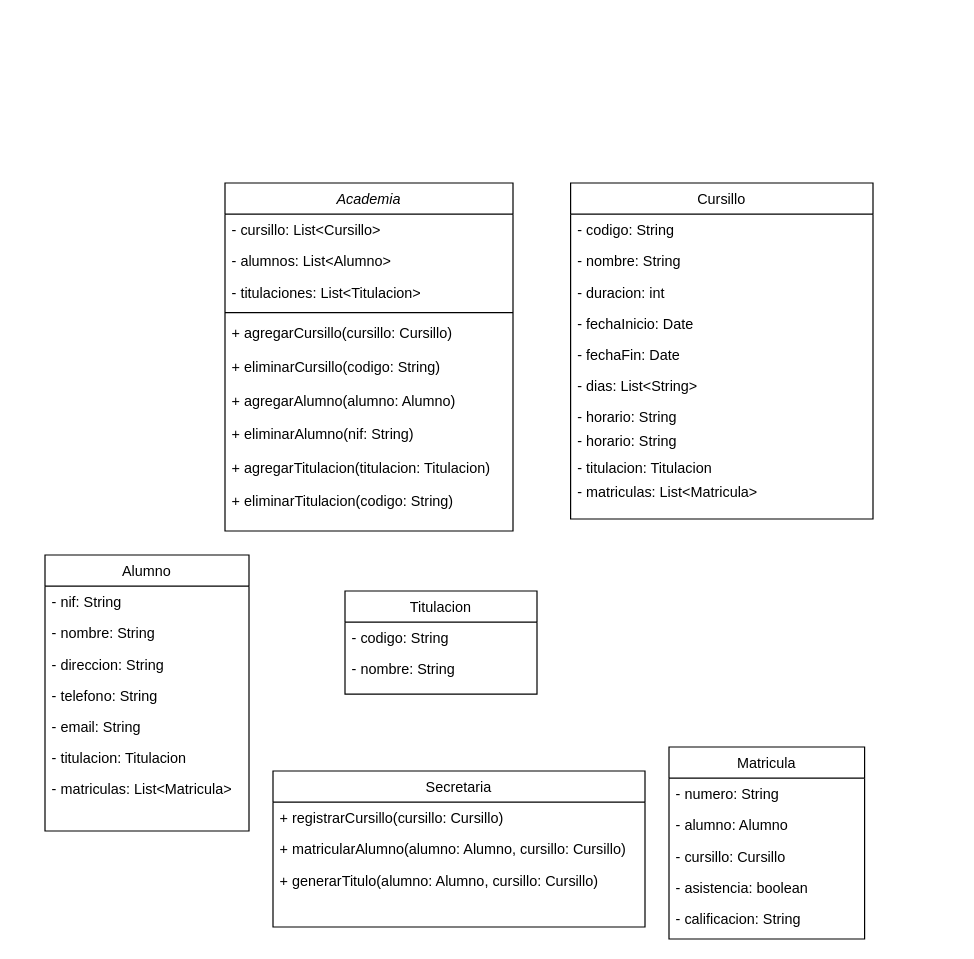
Earlier version of the draw.io diagram Untitled Diagram.drawio (vitoriadelanachaves/uml_class_diagram). Source tidied: cells renumbered, new cells numbered last; positions are measured from the earlier drawing's top-left corner, leaving out a move shared by most shapes. Both pictures are drawn from the tidied source at 120%, with x=0, y=0 at pixel (44, 182).
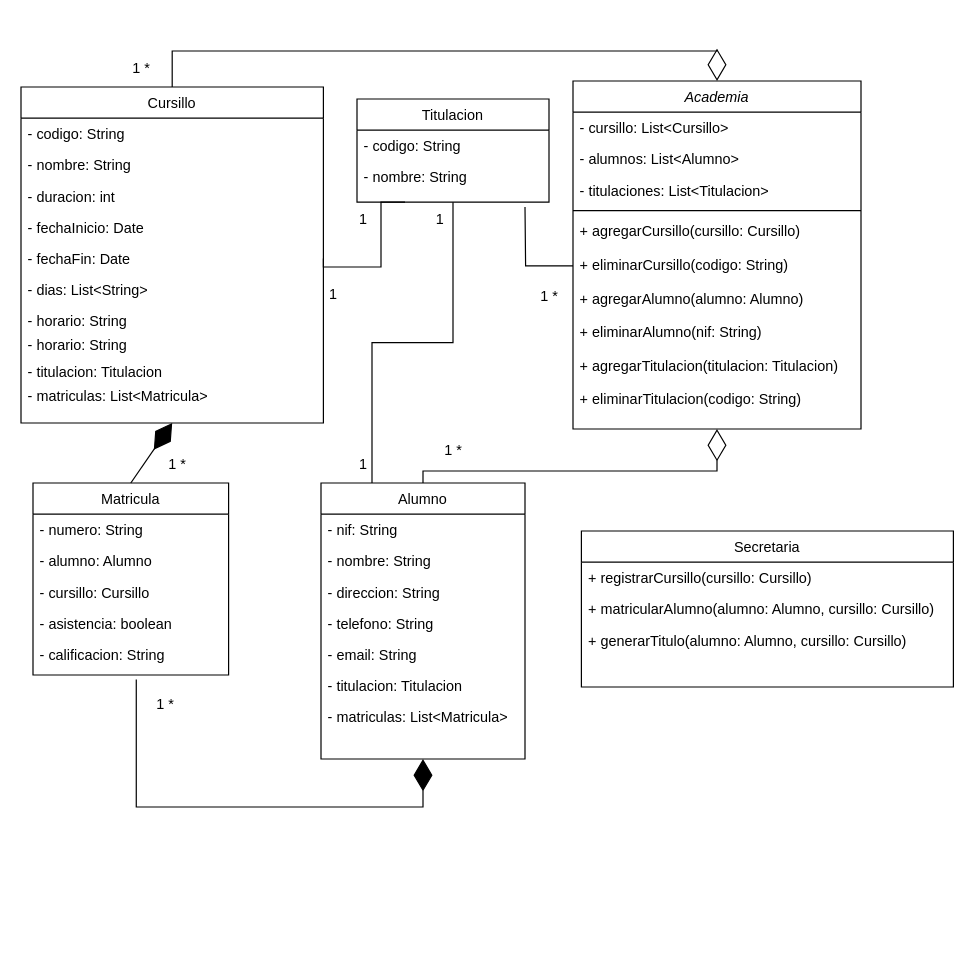
The same page after the edit.

Unchanged cells that the change refers to:
```xml
<mxCell id="8" value="+ eliminarCursillo(codigo: String)" style="text;align=left;verticalAlign=top;spacingLeft=4;spacingRight=4;overflow=hidden;points=[[0,0.5],[1,0.5]];portConstraint=eastwest;" parent="2" vertex="1">
  <mxGeometry y="140" width="240" height="28" as="geometry" />
</mxCell>
<mxCell id="29" value="- fechaFin: Date" style="text;align=left;verticalAlign=top;spacingLeft=4;spacingRight=4;overflow=hidden;points=[[0,0.5],[1,0.5]];portConstraint=eastwest;rounded=0;shadow=0;html=0;" parent="24" vertex="1">
  <mxGeometry y="130" width="252" height="26" as="geometry" />
</mxCell>
<mxCell id="40" value="- calificacion: String" style="text;align=left;verticalAlign=top;spacingLeft=4;spacingRight=4;overflow=hidden;points=[[0,0.5],[1,0.5]];portConstraint=eastwest;rounded=0;shadow=0;html=0;" parent="35" vertex="1">
  <mxGeometry y="130" width="163" height="26" as="geometry" />
</mxCell>
```

Diff of the diagram source:
```diff
@@
     <mxCell id="2" value="Academia" style="swimlane;fontStyle=2;align=center;verticalAlign=top;horizontal=1;startSize=26;rounded=0;shadow=0;strokeWidth=1;" parent="1" vertex="1">
-      <mxGeometry x="150" width="240" height="290" as="geometry" />
+      <mxGeometry x="440" y="-85" width="240" height="290" as="geometry" />
     </mxCell>
@@
+    <mxCell id="45" style="edgeStyle=orthogonalEdgeStyle;rounded=0;jettySize=auto;html=1;exitX=0.25;exitY=0;exitDx=0;exitDy=0;entryX=0.5;entryY=1;entryDx=0;entryDy=0;endArrow=none;endFill=0;" parent="1" edge="1" source="13" target="21">
+      <mxGeometry relative="1" as="geometry" />
+    </mxCell>
     <mxCell id="13" value="Alumno" style="swimlane;fontStyle=0;align=center;verticalAlign=top;horizontal=1;startSize=26;rounded=0;shadow=0;strokeWidth=1;" parent="1" vertex="1">
-      <mxGeometry y="310" width="170" height="230" as="geometry" />
+      <mxGeometry x="230" y="250" width="170" height="230" as="geometry" />
     </mxCell>
@@
     <mxCell id="21" value="Titulacion" style="swimlane;fontStyle=0;align=center;verticalAlign=top;horizontal=1;startSize=26;rounded=0;shadow=0;strokeWidth=1;" parent="1" vertex="1">
-      <mxGeometry x="250" y="340" width="160" height="86" as="geometry" />
+      <mxGeometry x="260" y="-70" width="160" height="86" as="geometry" />
     </mxCell>
@@
     <mxCell id="24" value="Cursillo" style="swimlane;fontStyle=0;align=center;verticalAlign=top;horizontal=1;startSize=26;rounded=0;shadow=0;strokeWidth=1;" parent="1" vertex="1">
-      <mxGeometry x="438" width="252" height="280" as="geometry" />
+      <mxGeometry x="-20" y="-80" width="252" height="280" as="geometry" />
     </mxCell>
@@
     <mxCell id="35" value="Matricula" style="swimlane;fontStyle=0;align=center;verticalAlign=top;horizontal=1;startSize=26;rounded=0;shadow=0;strokeWidth=1;" parent="1" vertex="1">
-      <mxGeometry x="520" y="470" width="163" height="160" as="geometry" />
+      <mxGeometry x="-10" y="250" width="163" height="160" as="geometry" />
     </mxCell>
@@
     <mxCell id="41" value="Secretaria" style="swimlane;fontStyle=0;align=center;verticalAlign=top;horizontal=1;startSize=26;rounded=0;shadow=0;strokeWidth=1;" parent="1" vertex="1">
-      <mxGeometry x="190" y="490" width="310" height="130" as="geometry" />
+      <mxGeometry x="447" y="290" width="310" height="130" as="geometry" />
     </mxCell>
@@
+    <mxCell id="46" style="endArrow=diamondThin;endFill=0;endSize=24;html=1;rounded=0;exitX=0.5;exitY=0;exitDx=0;exitDy=0;entryX=0.5;entryY=0;entryDx=0;entryDy=0;edgeStyle=orthogonalEdgeStyle;" parent="1" edge="1" source="24" target="2">
+      <mxGeometry relative="1" as="geometry">
+        <Array as="points">
+          <mxPoint x="106" y="-110" />
+          <mxPoint x="560" y="-110" />
+        </Array>
+      </mxGeometry>
+    </mxCell>
+    <mxCell id="47" style="endArrow=diamondThin;endFill=0;endSize=24;html=1;rounded=0;exitX=0.5;exitY=0;exitDx=0;exitDy=0;entryX=0.5;entryY=1;entryDx=0;entryDy=0;edgeStyle=elbowEdgeStyle;elbow=vertical;" parent="1" edge="1" source="13" target="2">
+      <mxGeometry relative="1" as="geometry">
+        <Array as="points">
+          <mxPoint x="430" y="240" />
+        </Array>
+      </mxGeometry>
+    </mxCell>
+    <mxCell id="48" style="edgeStyle=orthogonalEdgeStyle;rounded=0;jettySize=auto;html=1;entryX=0;entryY=0.5;entryDx=0;entryDy=0;endArrow=none;endFill=0;" parent="1" edge="1" target="8">
+      <mxGeometry relative="1" as="geometry">
+        <mxPoint x="400" y="20" as="sourcePoint" />
+      </mxGeometry>
+    </mxCell>
+    <mxCell id="49" style="endArrow=diamondThin;endFill=1;endSize=24;html=1;rounded=0;entryX=0.5;entryY=1;entryDx=0;entryDy=0;exitX=0.5;exitY=0;exitDx=0;exitDy=0;" parent="1" edge="1" source="35" target="24">
+      <mxGeometry relative="1" as="geometry" />
+    </mxCell>
+    <mxCell id="50" style="endArrow=diamondThin;endFill=1;endSize=24;html=1;rounded=0;exitX=0.528;exitY=1.298;exitDx=0;exitDy=0;exitPerimeter=0;entryX=0.5;entryY=1;entryDx=0;entryDy=0;edgeStyle=elbowEdgeStyle;elbow=vertical;" parent="1" edge="1" source="40" target="13">
+      <mxGeometry relative="1" as="geometry">
+        <Array as="points">
+          <mxPoint x="190" y="520" />
+        </Array>
+      </mxGeometry>
+    </mxCell>
+    <mxCell id="51" style="edgeStyle=orthogonalEdgeStyle;rounded=0;jettySize=auto;html=1;exitX=1;exitY=0.5;exitDx=0;exitDy=0;endArrow=none;endFill=0;entryX=0.25;entryY=1;entryDx=0;entryDy=0;" parent="1" edge="1" source="29" target="21">
+      <mxGeometry relative="1" as="geometry">
+        <Array as="points">
+          <mxPoint x="232" y="70" />
+          <mxPoint x="280" y="70" />
+          <mxPoint x="280" y="16" />
+        </Array>
+      </mxGeometry>
+    </mxCell>
+    <mxCell id="52" value="1 *" style="text;html=1;align=center;verticalAlign=middle;strokeColor=none;fillColor=none;" parent="1" vertex="1">
+      <mxGeometry x="60" y="-110" width="40" height="30" as="geometry" />
+    </mxCell>
+    <mxCell id="53" value="1 *" style="text;html=1;align=center;verticalAlign=middle;strokeColor=none;fillColor=none;" parent="1" vertex="1">
+      <mxGeometry x="320" y="208" width="40" height="30" as="geometry" />
+    </mxCell>
+    <mxCell id="54" value="1 *" style="text;html=1;align=center;verticalAlign=middle;strokeColor=none;fillColor=none;" parent="1" vertex="1">
+      <mxGeometry x="400" y="80" width="40" height="30" as="geometry" />
+    </mxCell>
+    <mxCell id="55" value="1 *" style="text;html=1;align=center;verticalAlign=middle;strokeColor=none;fillColor=none;" parent="1" vertex="1">
+      <mxGeometry x="90" y="220" width="40" height="30" as="geometry" />
+    </mxCell>
+    <mxCell id="56" value="1 *" style="text;html=1;align=center;verticalAlign=middle;strokeColor=none;fillColor=none;" parent="1" vertex="1">
+      <mxGeometry x="80" y="420" width="40" height="30" as="geometry" />
+    </mxCell>
+    <mxCell id="57" value="1" style="text;html=1;align=center;verticalAlign=middle;strokeColor=none;fillColor=none;" parent="1" vertex="1">
+      <mxGeometry x="250" y="16" width="30" height="30" as="geometry" />
+    </mxCell>
+    <mxCell id="58" value="1" style="text;html=1;align=center;verticalAlign=middle;strokeColor=none;fillColor=none;" parent="1" vertex="1">
+      <mxGeometry x="225" y="78" width="30" height="30" as="geometry" />
+    </mxCell>
+    <mxCell id="59" value="1" style="text;html=1;align=center;verticalAlign=middle;strokeColor=none;fillColor=none;" parent="1" vertex="1">
+      <mxGeometry x="250" y="220" width="30" height="30" as="geometry" />
+    </mxCell>
+    <mxCell id="60" value="1" style="text;html=1;align=center;verticalAlign=middle;strokeColor=none;fillColor=none;" parent="1" vertex="1">
+      <mxGeometry x="314" y="16" width="30" height="30" as="geometry" />
+    </mxCell>
```
